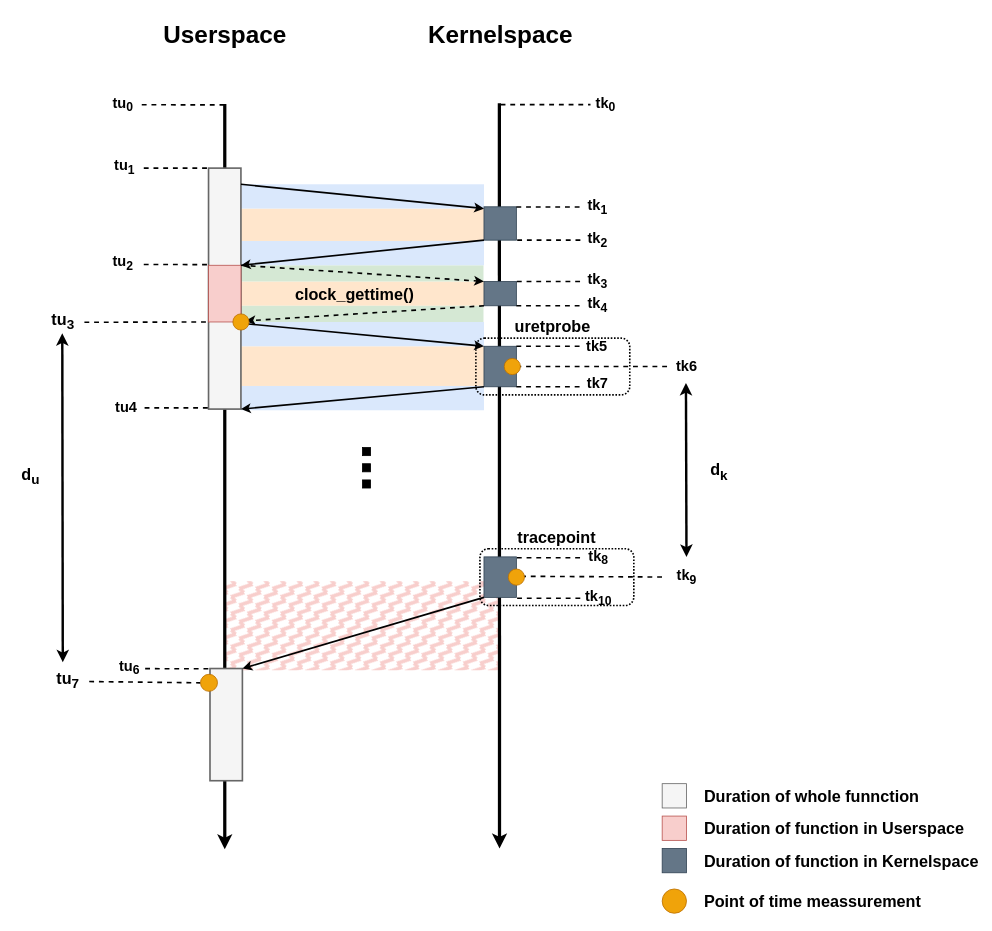
The draw.io diagram thesis/drawio/Uprobe.drawio in studhascja/Masterthesis, before the edit. Source tidied: cells renumbered, new cells numbered last; positions are measured from the earlier drawing's top-left corner, leaving out a move shared by most shapes. Both pictures are drawn from the tidied source at 81%, with x=0, y=0 at pixel (14, 14).
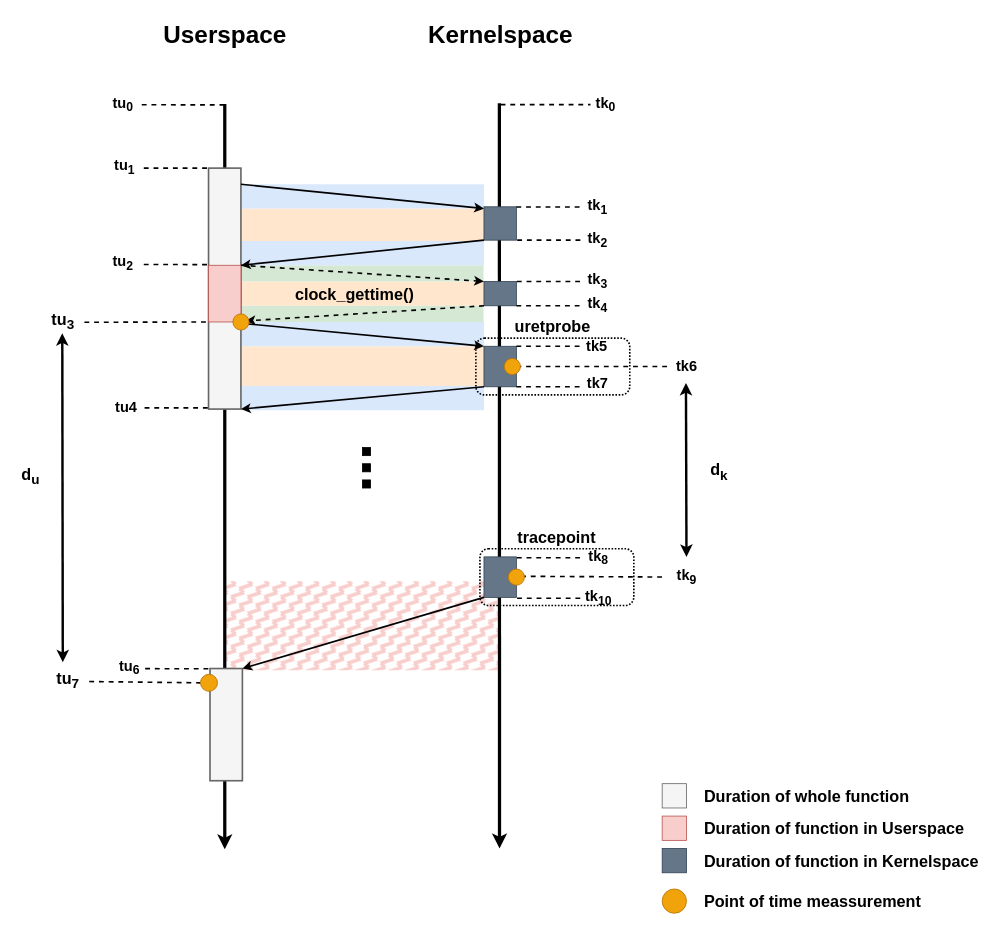
The same diagram, later.

Diff of the diagram source:
```diff
@@
-    <mxCell id="81" value="Duration of whole funnction" style="text;html=1;align=left;verticalAlign=middle;strokeColor=none;fillColor=none;fontSize=20;fontStyle=1;" parent="1" vertex="1">
-      <mxGeometry x="850" y="945" width="270" height="40" as="geometry" />
+    <mxCell id="81" value="Duration of whole function" style="text;html=1;align=left;verticalAlign=middle;strokeColor=none;fillColor=none;fontSize=20;fontStyle=1;" parent="1" vertex="1">
+      <mxGeometry x="850" y="945" width="250" height="40" as="geometry" />
     </mxCell>
```
